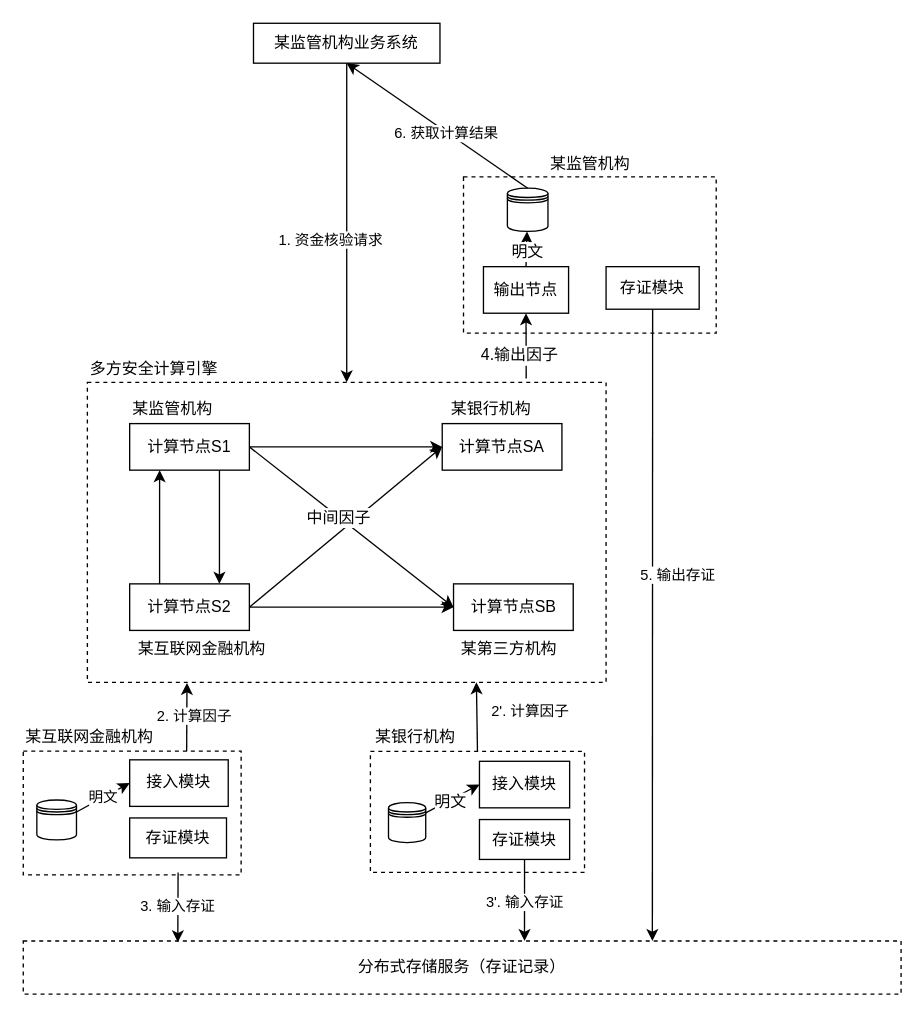
Earlier version of the draw.io diagram chuantoujianguan.drawio (yankaili2006/drawing_io). Source tidied: cells renumbered, new cells numbered last; positions are measured from the earlier drawing's top-left corner, leaving out a move shared by most shapes. Both pictures are drawn from the tidied source at 133%, with x=0, y=0 at pixel (23, 23).
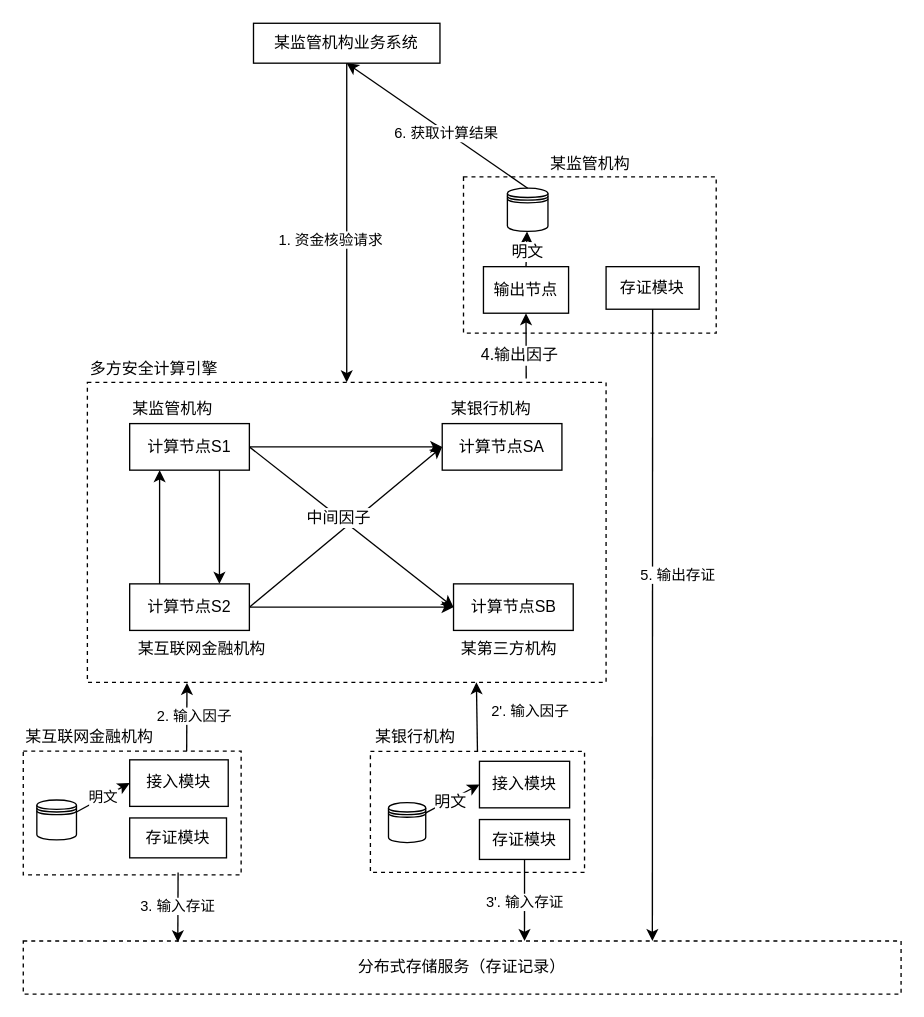
The same diagram, later.

The change refers to these unchanged cells:
```xml
<mxCell id="45" style="endArrow=classic;html=1;exitX=0.75;exitY=0;exitDx=0;exitDy=0;entryX=0.192;entryY=1.002;entryDx=0;entryDy=0;entryPerimeter=0;" parent="1" edge="1" source="4" target="5">
  <mxGeometry relative="1" as="geometry" />
</mxCell>
<mxCell id="47" style="endArrow=classic;html=1;entryX=0.75;entryY=1;entryDx=0;entryDy=0;exitX=0.5;exitY=0;exitDx=0;exitDy=0;" parent="1" edge="1" source="3" target="5">
  <mxGeometry relative="1" as="geometry" />
</mxCell>
```

Diff of the diagram source:
```diff
@@
-    <mxCell id="46" value="&amp;nbsp;2. 计算因子" style="edgeLabel;html=1;align=center;verticalAlign=middle;" parent="45" vertex="1">
+    <mxCell id="46" value="&amp;nbsp;2. 输入因子" style="edgeLabel;html=1;align=center;verticalAlign=middle;" parent="45" vertex="1">
       <mxGeometry x="0.18" y="4" relative="1" as="geometry">
         <mxPoint x="7.9" y="3" as="offset" />
       </mxGeometry>
     </mxCell>
@@
-    <mxCell id="48" value="2'. 计算因子" style="edgeLabel;html=1;align=center;verticalAlign=middle;" parent="47" vertex="1">
+    <mxCell id="48" value="2'. 输入因子" style="edgeLabel;html=1;align=center;verticalAlign=middle;" parent="47" vertex="1">
       <mxGeometry x="-0.19" y="-1" relative="1" as="geometry">
         <mxPoint x="38.4" y="-10" as="offset" />
       </mxGeometry>
     </mxCell>
```
